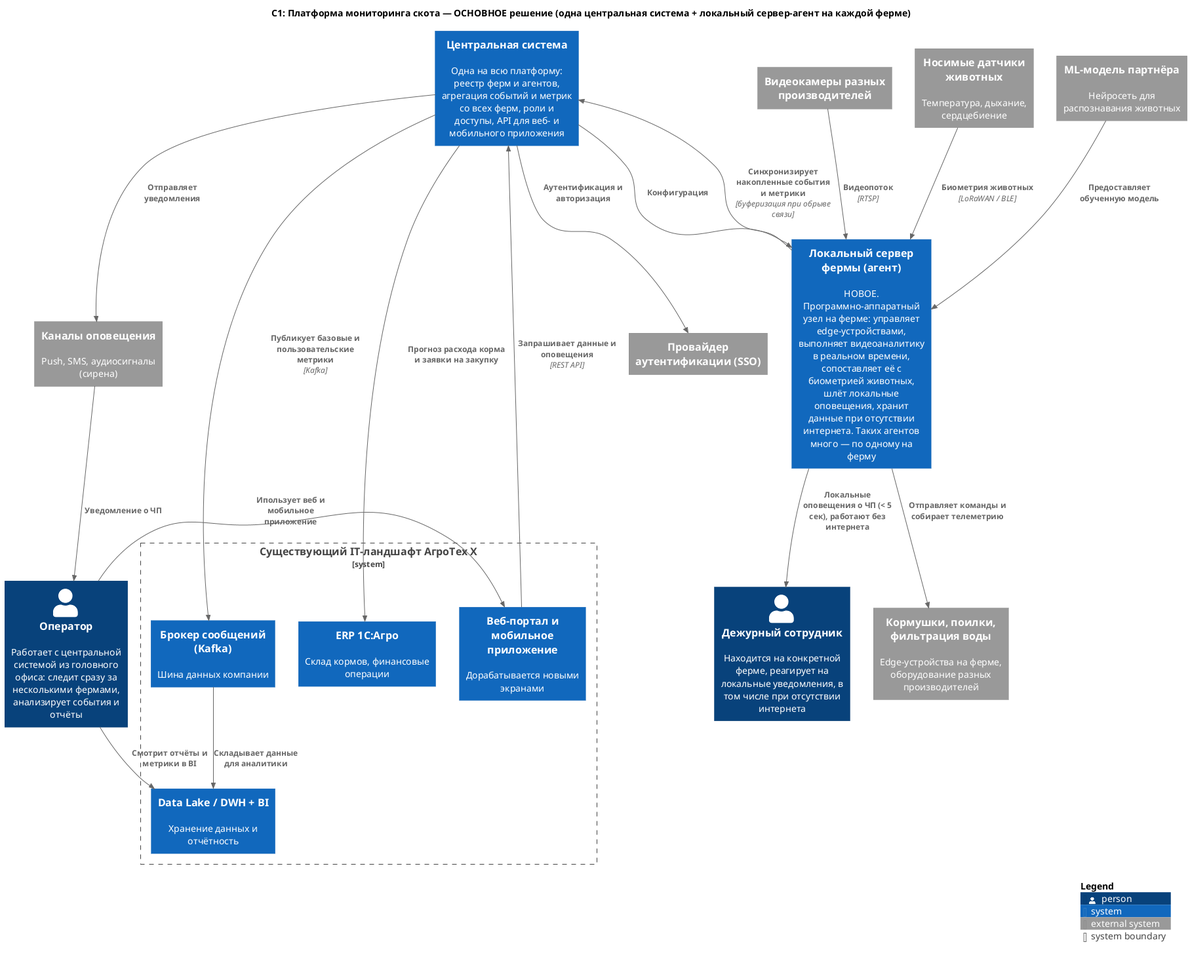
skorogod/MSA-AgroTech keeps this PlantUML diagram as Task1/c1-main.png. Above is the earlier version.
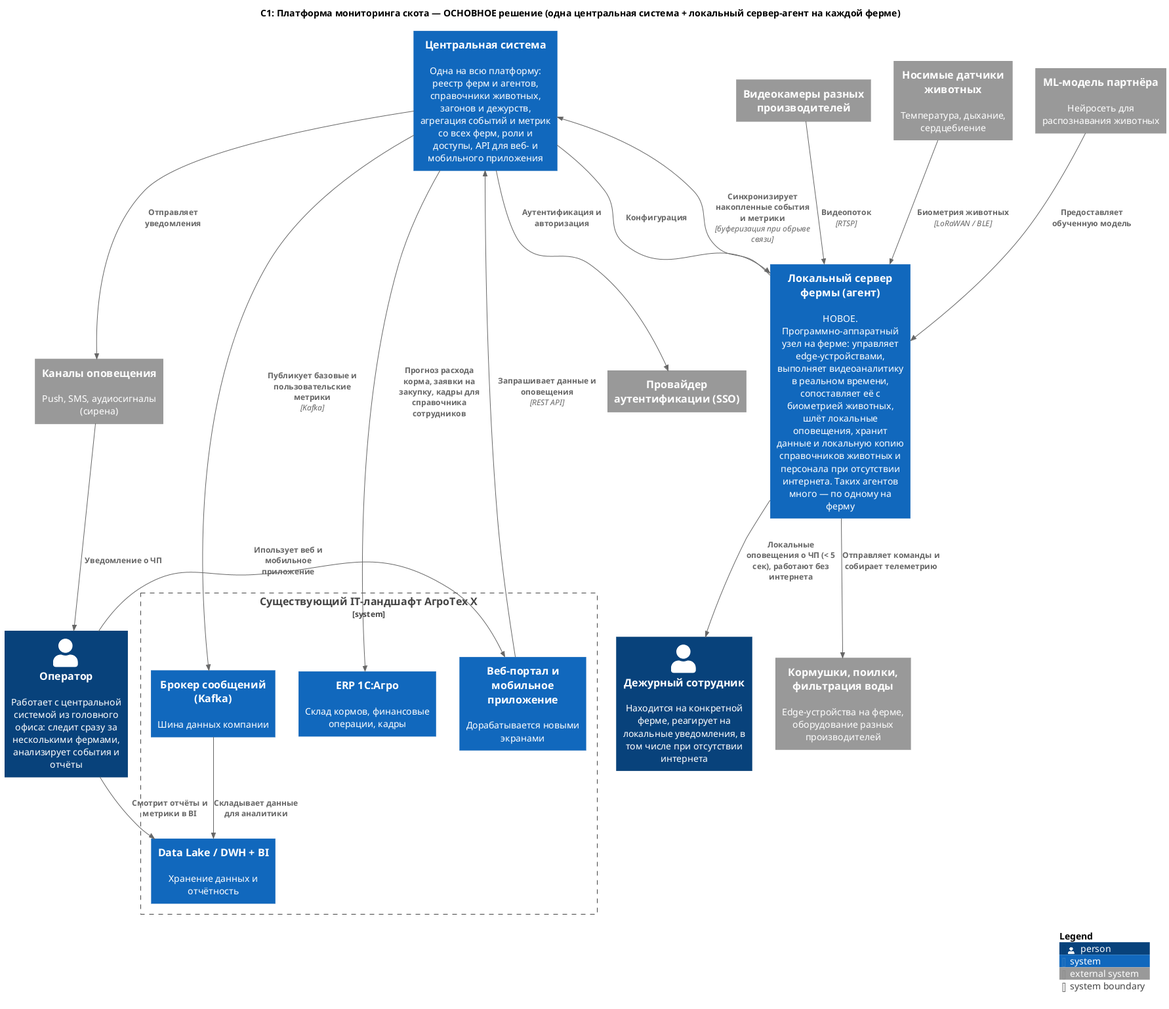
Later version of the same file.

What changed in the source:
```diff
@@ -7,14 +7,14 @@
 Person(оператор, "Оператор", "Работает с центральной системой из головного офиса: следит сразу за несколькими фермами, анализирует события и отчёты")
 Person(дежурный, "Дежурный сотрудник", "Находится на конкретной ферме, реагирует на локальные уведомления, в том числе при отсутствии интернета")
 
-System(агент, "Локальный сервер фермы (агент)", "НОВОЕ. Программно-аппаратный узел на ферме: управляет edge-устройствами, выполняет видеоаналитику в реальном времени, сопоставляет её с биометрией животных, шлёт локальные оповещения, хранит данные при отсутствии интернета. Таких агентов много — по одному на ферму")
+System(агент, "Локальный сервер фермы (агент)", "НОВОЕ. Программно-аппаратный узел на ферме: управляет edge-устройствами, выполняет видеоаналитику в реальном времени, сопоставляет её с биометрией животных, шлёт локальные оповещения, хранит данные и локальную копию справочников животных и персонала при отсутствии интернета. Таких агентов много — по одному на ферму")
 
-System(центр, "Центральная система", "Одна на всю платформу: реестр ферм и агентов, агрегация событий и метрик со всех ферм, роли и доступы, API для веб- и мобильного приложения")
+System(центр, "Центральная система", "Одна на всю платформу: реестр ферм и агентов, справочники животных, загонов и дежурств, агрегация событий и метрик со всех ферм, роли и доступы, API для веб- и мобильного приложения")
 
 System_Boundary(ландшафт, "Существующий IT-ландшафт АгроТех Х") {
     System(kafka, "Брокер сообщений (Kafka)", "Шина данных компании")
     System(dwh, "Data Lake / DWH + BI", "Хранение данных и отчётность")
-    System(erp, "ERP 1С:Агро", "Склад кормов, финансовые операции")
+    System(erp, "ERP 1С:Агро", "Склад кормов, финансовые операции, кадры")
     System(портал, "Веб-портал и мобильное приложение", "Дорабатывается новыми экранами")
 }
 
@@ -42,7 +42,7 @@
 Rel(центр, auth, "Аутентификация и авторизация")
 Rel(центр, kafka, "Публикует базовые и пользовательские метрики", "Kafka")
 Rel(kafka, dwh, "Складывает данные для аналитики")
-Rel(центр, erp, "Прогноз расхода корма и заявки на закупку")
+Rel(центр, erp, "Прогноз расхода корма, заявки на закупку, кадры для справочника сотрудников")
 
 SHOW_LEGEND()
 @enduml
```
